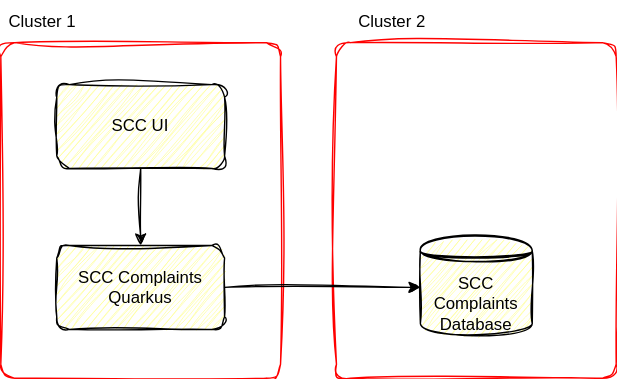
The draw.io diagram diagrams/architecture-app.drawio.svg in domenico-piol/rh-crossclusternetworking, before a commit. Source tidied: cells renumbered, new cells last; positions are measured from the earlier drawing's top-left corner, leaving out a move shared by most shapes. Its diagram source:
```xml
<mxGraphModel>
  <root>
    <mxCell id="0" />
    <mxCell id="1" parent="0" />
    <mxCell id="2" style="rounded=1;whiteSpace=wrap;html=1;fillColor=none;arcSize=5;strokeColor=#FF0000;sketch=1;curveFitting=1;jiggle=2;" parent="1" vertex="1">
      <mxGeometry x="240" y="30" width="200" height="240" as="geometry" />
    </mxCell>
    <mxCell id="3" style="rounded=1;whiteSpace=wrap;html=1;fillColor=none;arcSize=5;strokeColor=#FF0000;glass=0;sketch=1;curveFitting=1;jiggle=2;" parent="1" vertex="1">
      <mxGeometry y="30" width="200" height="240" as="geometry" />
    </mxCell>
    <mxCell id="4" style="edgeStyle=none;html=1;entryX=0.5;entryY=0;entryDx=0;entryDy=0;sketch=1;curveFitting=1;jiggle=2;" parent="1" edge="1" source="5" target="7">
      <mxGeometry relative="1" as="geometry" />
    </mxCell>
    <mxCell id="5" value="SCC UI" style="rounded=1;whiteSpace=wrap;html=1;sketch=1;curveFitting=1;jiggle=2;fillColor=#FFFF99;" parent="1" vertex="1">
      <mxGeometry x="40" y="60" width="120" height="60" as="geometry" />
    </mxCell>
    <mxCell id="6" style="edgeStyle=none;html=1;entryX=0;entryY=0.5;entryDx=0;entryDy=0;sketch=1;curveFitting=1;jiggle=2;" parent="1" edge="1" source="7" target="8">
      <mxGeometry relative="1" as="geometry" />
    </mxCell>
    <mxCell id="7" value="SCC Complaints Quarkus" style="rounded=1;whiteSpace=wrap;html=1;sketch=1;curveFitting=1;jiggle=2;fillColor=#FFFF99;" parent="1" vertex="1">
      <mxGeometry x="40" y="175" width="120" height="60" as="geometry" />
    </mxCell>
    <mxCell id="8" value="SCC Complaints Database" style="shape=datastore;whiteSpace=wrap;html=1;sketch=1;curveFitting=1;jiggle=2;fillColor=#FFFF99;" parent="1" vertex="1">
      <mxGeometry x="300" y="170" width="80" height="70" as="geometry" />
    </mxCell>
    <mxCell id="9" value="Cluster 1" style="text;html=1;align=center;verticalAlign=middle;whiteSpace=wrap;rounded=0;sketch=1;curveFitting=1;jiggle=2;" parent="1" vertex="1">
      <mxGeometry width="60" height="30" as="geometry" />
    </mxCell>
    <mxCell id="10" value="Cluster 2" style="text;html=1;align=center;verticalAlign=middle;whiteSpace=wrap;rounded=0;sketch=1;curveFitting=1;jiggle=2;" parent="1" vertex="1">
      <mxGeometry x="250" width="60" height="30" as="geometry" />
    </mxCell>
  </root>
</mxGraphModel>
```
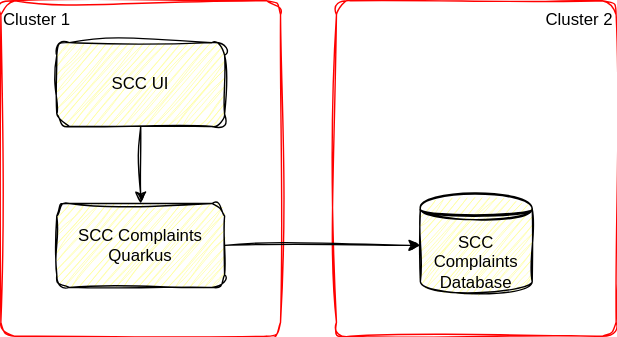
The same diagram one commit later.

What changed in the source:
```diff
@@ -2,10 +2,10 @@
   <root>
     <mxCell id="0" />
     <mxCell id="1" parent="0" />
-    <mxCell id="2" style="rounded=1;whiteSpace=wrap;html=1;fillColor=none;arcSize=5;strokeColor=#FF0000;sketch=1;curveFitting=1;jiggle=2;" parent="1" vertex="1">
+    <mxCell id="2" value="Cluster 2" style="rounded=1;whiteSpace=wrap;html=1;fillColor=none;arcSize=5;strokeColor=#FF0000;sketch=1;curveFitting=1;jiggle=2;align=right;verticalAlign=top;" parent="1" vertex="1">
       <mxGeometry x="240" y="30" width="200" height="240" as="geometry" />
     </mxCell>
-    <mxCell id="3" style="rounded=1;whiteSpace=wrap;html=1;fillColor=none;arcSize=5;strokeColor=#FF0000;glass=0;sketch=1;curveFitting=1;jiggle=2;" parent="1" vertex="1">
+    <mxCell id="3" value="Cluster 1" style="rounded=1;whiteSpace=wrap;html=1;fillColor=none;arcSize=5;strokeColor=#FF0000;glass=0;sketch=1;curveFitting=1;jiggle=2;align=left;verticalAlign=top;" parent="1" vertex="1">
       <mxGeometry y="30" width="200" height="240" as="geometry" />
     </mxCell>
     <mxCell id="4" style="edgeStyle=none;html=1;entryX=0.5;entryY=0;entryDx=0;entryDy=0;sketch=1;curveFitting=1;jiggle=2;" parent="1" edge="1" source="5" target="7">
@@ -23,11 +23,5 @@
     <mxCell id="8" value="SCC Complaints Database" style="shape=datastore;whiteSpace=wrap;html=1;sketch=1;curveFitting=1;jiggle=2;fillColor=#FFFF99;" parent="1" vertex="1">
       <mxGeometry x="300" y="170" width="80" height="70" as="geometry" />
     </mxCell>
-    <mxCell id="9" value="Cluster 1" style="text;html=1;align=center;verticalAlign=middle;whiteSpace=wrap;rounded=0;sketch=1;curveFitting=1;jiggle=2;" parent="1" vertex="1">
-      <mxGeometry width="60" height="30" as="geometry" />
-    </mxCell>
-    <mxCell id="10" value="Cluster 2" style="text;html=1;align=center;verticalAlign=middle;whiteSpace=wrap;rounded=0;sketch=1;curveFitting=1;jiggle=2;" parent="1" vertex="1">
-      <mxGeometry x="250" width="60" height="30" as="geometry" />
-    </mxCell>
   </root>
 </mxGraphModel>
```
